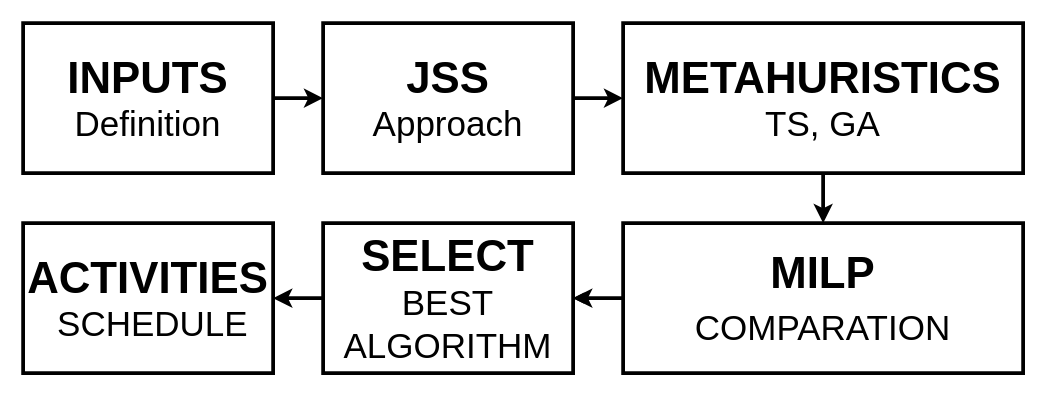
Earlier version of the draw.io diagram methodology_jss.drawio (heberallin/Trabajos). Source tidied: cells renumbered, new cells numbered last; positions are measured from the earlier drawing's top-left corner, leaving out a move shared by most shapes. Both pictures are drawn from the tidied source at 125%, with x=0, y=0 at pixel (22, 22).
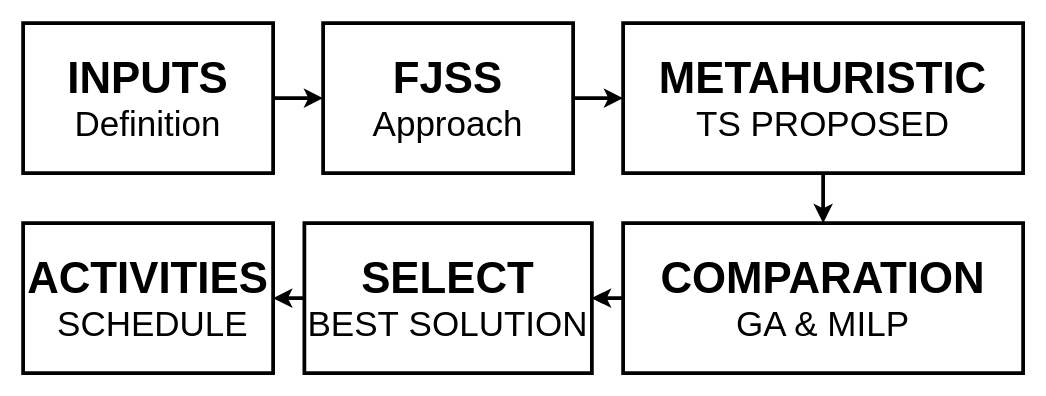
The same diagram, later.

What changed in the source:
```diff
@@
 <mxGraphModel>
   <root>
     <mxCell id="0" />
     <mxCell id="1" parent="0" />
     <mxCell id="2" style="edgeStyle=orthogonalEdgeStyle;rounded=0;jettySize=auto;html=1;exitX=1;exitY=0.5;exitDx=0;exitDy=0;strokeWidth=3;" parent="1" edge="1" source="3" target="5">
       <mxGeometry relative="1" as="geometry" />
     </mxCell>
     <mxCell id="3" value="&lt;font style=&quot;font-size: 35px;&quot;&gt;&lt;b style=&quot;&quot;&gt;INPUTS&lt;/b&gt;&lt;/font&gt;&lt;div&gt;&lt;font style=&quot;font-size: 28px;&quot;&gt;Definition&lt;/font&gt;&lt;/div&gt;" style="rounded=0;whiteSpace=wrap;html=1;strokeWidth=3;" parent="1" vertex="1">
       <mxGeometry width="200" height="120" as="geometry" />
     </mxCell>
     <mxCell id="4" style="edgeStyle=orthogonalEdgeStyle;rounded=0;jettySize=auto;html=1;exitX=1;exitY=0.5;exitDx=0;exitDy=0;entryX=0;entryY=0.5;entryDx=0;entryDy=0;strokeWidth=3;" parent="1" edge="1" source="5" target="7">
       <mxGeometry relative="1" as="geometry" />
     </mxCell>
-    <mxCell id="5" value="&lt;strong&gt;&lt;font style=&quot;font-size: 35px;&quot;&gt;JSS&lt;/font&gt;&lt;/strong&gt;&lt;div&gt;&lt;font style=&quot;font-size: 28px;&quot;&gt;Approach&lt;/font&gt;&lt;/div&gt;" style="rounded=0;whiteSpace=wrap;html=1;strokeWidth=3;" parent="1" vertex="1">
+    <mxCell id="5" value="&lt;strong&gt;&lt;font style=&quot;font-size: 35px;&quot;&gt;FJSS&lt;/font&gt;&lt;/strong&gt;&lt;div&gt;&lt;font style=&quot;font-size: 28px;&quot;&gt;Approach&lt;/font&gt;&lt;/div&gt;" style="rounded=0;whiteSpace=wrap;html=1;strokeWidth=3;" parent="1" vertex="1">
       <mxGeometry x="240" width="200" height="120" as="geometry" />
     </mxCell>
     <mxCell id="6" style="edgeStyle=orthogonalEdgeStyle;rounded=0;jettySize=auto;html=1;exitX=0.5;exitY=1;exitDx=0;exitDy=0;entryX=0.5;entryY=0;entryDx=0;entryDy=0;strokeWidth=3;" parent="1" edge="1" source="7" target="10">
       <mxGeometry relative="1" as="geometry" />
     </mxCell>
-    <mxCell id="7" value="&lt;font style=&quot;font-size: 35px;&quot;&gt;&lt;b&gt;METAHURISTICS&lt;/b&gt;&lt;/font&gt;&lt;div&gt;&lt;font style=&quot;font-size: 28px;&quot;&gt;TS, GA&lt;/font&gt;&lt;/div&gt;" style="rounded=0;whiteSpace=wrap;html=1;strokeWidth=3;" parent="1" vertex="1">
+    <mxCell id="7" value="&lt;font style=&quot;font-size: 35px;&quot;&gt;&lt;b&gt;METAHURISTIC&lt;/b&gt;&lt;/font&gt;&lt;div&gt;&lt;font style=&quot;font-size: 28px;&quot;&gt;TS PROPOSED&lt;/font&gt;&lt;/div&gt;" style="rounded=0;whiteSpace=wrap;html=1;strokeWidth=3;" parent="1" vertex="1">
       <mxGeometry x="480" width="320" height="120" as="geometry" />
     </mxCell>
     <mxCell id="8" style="edgeStyle=orthogonalEdgeStyle;rounded=0;jettySize=auto;html=1;exitX=0;exitY=0.5;exitDx=0;exitDy=0;entryX=1;entryY=0.5;entryDx=0;entryDy=0;" parent="1" edge="1" source="10" target="12">
       <mxGeometry relative="1" as="geometry" />
     </mxCell>
     <mxCell id="9" style="edgeStyle=orthogonalEdgeStyle;rounded=0;jettySize=auto;html=1;strokeWidth=3;" parent="1" edge="1" source="10" target="12">
       <mxGeometry relative="1" as="geometry" />
     </mxCell>
-    <mxCell id="10" value="&lt;b style=&quot;font-size: 35px;&quot;&gt;MILP&lt;/b&gt;&lt;div&gt;&lt;b style=&quot;font-size: 35px;&quot;&gt;&lt;/b&gt;&lt;font style=&quot;font-size: 28px;&quot;&gt;COMPARATION&lt;/font&gt;&lt;/div&gt;" style="rounded=0;whiteSpace=wrap;html=1;strokeWidth=3;" parent="1" vertex="1">
+    <mxCell id="10" value="&lt;div&gt;&lt;font style=&quot;font-size: 35px;&quot;&gt;&lt;b&gt;COMPARATION&lt;/b&gt;&lt;/font&gt;&lt;/div&gt;&lt;div&gt;&lt;span style=&quot;font-size: 28px;&quot;&gt;GA &amp;amp; MILP&lt;/span&gt;&lt;/div&gt;" style="rounded=0;whiteSpace=wrap;html=1;strokeWidth=3;" parent="1" vertex="1">
       <mxGeometry x="480" y="160" width="320" height="120" as="geometry" />
     </mxCell>
     <mxCell id="11" style="edgeStyle=orthogonalEdgeStyle;rounded=0;jettySize=auto;html=1;exitX=0;exitY=0.5;exitDx=0;exitDy=0;entryX=1;entryY=0.5;entryDx=0;entryDy=0;strokeWidth=3;" parent="1" edge="1" source="12" target="13">
       <mxGeometry relative="1" as="geometry" />
     </mxCell>
-    <mxCell id="12" value="&lt;span style=&quot;font-size: 35px;&quot;&gt;&lt;b&gt;SELECT&lt;/b&gt;&lt;/span&gt;&lt;br&gt;&lt;div&gt;&lt;font style=&quot;font-size: 28px;&quot;&gt;BEST ALGORITHM&lt;/font&gt;&lt;/div&gt;" style="rounded=0;whiteSpace=wrap;html=1;strokeWidth=3;" parent="1" vertex="1">
-      <mxGeometry x="240" y="160" width="200" height="120" as="geometry" />
+    <mxCell id="12" value="&lt;span style=&quot;font-size: 35px;&quot;&gt;&lt;b&gt;SELECT&lt;/b&gt;&lt;/span&gt;&lt;br&gt;&lt;div&gt;&lt;font style=&quot;font-size: 28px;&quot;&gt;BEST&amp;nbsp;&lt;/font&gt;&lt;span style=&quot;font-size: 28px; background-color: transparent; color: light-dark(rgb(0, 0, 0), rgb(255, 255, 255));&quot;&gt;SOLUTION&lt;/span&gt;&lt;/div&gt;" style="rounded=0;whiteSpace=wrap;html=1;strokeWidth=3;" parent="1" vertex="1">
+      <mxGeometry x="225" y="160" width="230" height="120" as="geometry" />
     </mxCell>
     <mxCell id="13" value="&lt;span style=&quot;font-size: 35px;&quot;&gt;&lt;b&gt;ACTIVITIES&lt;/b&gt;&lt;/span&gt;&lt;br&gt;&lt;div&gt;&lt;span style=&quot;font-size: 28px;&quot;&gt;&amp;nbsp;SCHEDULE&lt;/span&gt;&lt;/div&gt;" style="rounded=0;whiteSpace=wrap;html=1;strokeWidth=3;" parent="1" vertex="1">
       <mxGeometry y="160" width="200" height="120" as="geometry" />
     </mxCell>
   </root>
 </mxGraphModel>
```
